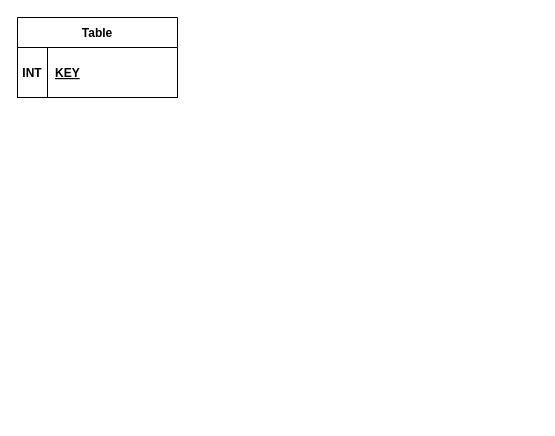
Before: Untitled Diagram.drawio in KavenArango/Disaster_pets_backend, a draw.io diagram. Source tidied: cells renumbered, new cells numbered last; positions are measured from the earlier drawing's top-left corner, leaving out a move shared by most shapes. Both pictures are drawn from the tidied source at 100%, with x=0, y=0 at pixel (17, 17).
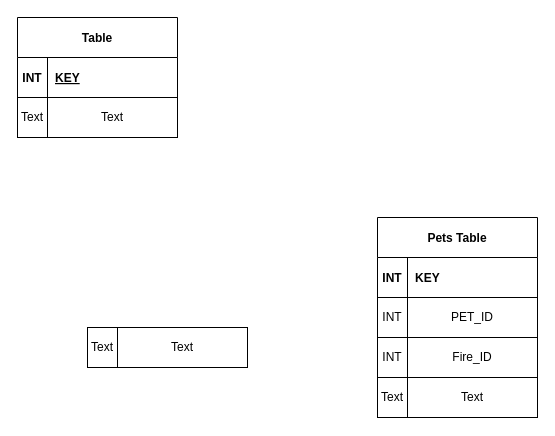
The same diagram, later.

Commit message:
Pet Table being made

Diff of the diagram source:
```diff
@@
-    <mxCell id="2" value="Table" style="shape=table;startSize=30;childLayout=tableLayout;rowLines=0;fontStyle=1;align=center;" parent="1" vertex="1">
+    <mxCell id="2" value="Table" style="shape=table;startSize=40;childLayout=tableLayout;rowLines=0;fontStyle=1;align=center;" parent="1" vertex="1">
       <mxGeometry width="160" height="80" as="geometry" />
     </mxCell>
     <mxCell id="3" style="shape=partialRectangle;fillColor=none;top=0;left=0;bottom=1;right=0;" parent="2" vertex="1">
-      <mxGeometry y="30" width="160" height="50" as="geometry" />
+      <mxGeometry y="40" width="160" height="40" as="geometry" />
     </mxCell>
     <mxCell id="4" value="INT" style="shape=partialRectangle;fillColor=none;top=0;left=0;bottom=0;right=0;fontStyle=1;overflow=hidden;" parent="3" vertex="1">
-      <mxGeometry width="30" height="50" as="geometry" />
+      <mxGeometry width="30" height="40" as="geometry" />
     </mxCell>
     <mxCell id="5" value="KEY" style="shape=partialRectangle;fillColor=none;top=0;left=0;bottom=0;right=0;align=left;spacingLeft=6;fontStyle=5;overflow=hidden;" parent="3" vertex="1">
-      <mxGeometry x="30" width="130" height="50" as="geometry" />
+      <mxGeometry x="30" width="130" height="40" as="geometry" />
     </mxCell>
+    <mxCell id="6" style="group;" parent="1" vertex="1">
+      <mxGeometry y="80" width="160" height="40" as="geometry" />
+    </mxCell>
+    <mxCell id="7" style="rounded=0;whiteSpace=wrap;html=1;" parent="6" vertex="1">
+      <mxGeometry width="160" height="40" as="geometry" />
+    </mxCell>
+    <mxCell id="8" style="endArrow=none;html=1;" parent="6" edge="1">
+      <mxGeometry relative="1" as="geometry">
+        <mxPoint x="30" y="40" as="sourcePoint" />
+        <mxPoint x="30" as="targetPoint" />
+      </mxGeometry>
+    </mxCell>
+    <mxCell id="9" value="Text" style="text;html=1;strokeColor=none;fillColor=none;align=center;verticalAlign=middle;whiteSpace=wrap;rounded=0;" parent="6" vertex="1">
+      <mxGeometry width="30" height="40" as="geometry" />
+    </mxCell>
+    <mxCell id="10" value="Text" style="text;html=1;strokeColor=none;fillColor=none;align=center;verticalAlign=middle;whiteSpace=wrap;rounded=0;" parent="6" vertex="1">
+      <mxGeometry x="30" width="130" height="40" as="geometry" />
+    </mxCell>
+    <mxCell id="11" style="group;" parent="1" vertex="1">
+      <mxGeometry x="360" y="280" width="160" height="40" as="geometry" />
+    </mxCell>
+    <mxCell id="12" style="rounded=0;whiteSpace=wrap;html=1;" parent="11" vertex="1">
+      <mxGeometry width="160" height="40" as="geometry" />
+    </mxCell>
+    <mxCell id="13" style="endArrow=none;html=1;" parent="11" edge="1">
+      <mxGeometry relative="1" as="geometry">
+        <mxPoint x="30" y="40" as="sourcePoint" />
+        <mxPoint x="30" as="targetPoint" />
+      </mxGeometry>
+    </mxCell>
+    <mxCell id="14" value="INT" style="text;html=1;strokeColor=none;fillColor=none;align=center;verticalAlign=middle;whiteSpace=wrap;rounded=0;" parent="11" vertex="1">
+      <mxGeometry width="30" height="40" as="geometry" />
+    </mxCell>
+    <mxCell id="15" value="PET_ID" style="text;html=1;strokeColor=none;fillColor=none;align=center;verticalAlign=middle;whiteSpace=wrap;rounded=0;" parent="11" vertex="1">
+      <mxGeometry x="30" width="130" height="40" as="geometry" />
+    </mxCell>
+    <mxCell id="16" value="Pets Table" style="shape=table;startSize=40;childLayout=tableLayout;rowLines=0;fontStyle=1;align=center;" parent="1" vertex="1">
+      <mxGeometry x="360" y="200" width="160" height="80" as="geometry" />
+    </mxCell>
+    <mxCell id="17" style="shape=partialRectangle;fillColor=none;top=0;left=0;bottom=1;right=0;" parent="16" vertex="1">
+      <mxGeometry y="40" width="160" height="40" as="geometry" />
+    </mxCell>
+    <mxCell id="18" value="INT" style="shape=partialRectangle;fillColor=none;top=0;left=0;bottom=0;right=0;fontStyle=1;overflow=hidden;" parent="17" vertex="1">
+      <mxGeometry width="30" height="40" as="geometry" />
+    </mxCell>
+    <mxCell id="19" value="KEY" style="shape=partialRectangle;fillColor=none;top=0;left=0;bottom=0;right=0;align=left;spacingLeft=6;fontStyle=1;overflow=hidden;" parent="17" vertex="1">
+      <mxGeometry x="30" width="130" height="40" as="geometry" />
+    </mxCell>
+    <mxCell id="20" style="group;" parent="1" vertex="1">
+      <mxGeometry x="360" y="360" width="160" height="40" as="geometry" />
+    </mxCell>
+    <mxCell id="21" style="rounded=0;whiteSpace=wrap;html=1;" parent="20" vertex="1">
+      <mxGeometry width="160" height="40" as="geometry" />
+    </mxCell>
+    <mxCell id="22" style="endArrow=none;html=1;" parent="20" edge="1">
+      <mxGeometry relative="1" as="geometry">
+        <mxPoint x="30" y="40" as="sourcePoint" />
+        <mxPoint x="30" as="targetPoint" />
+      </mxGeometry>
+    </mxCell>
+    <mxCell id="23" value="Text" style="text;html=1;strokeColor=none;fillColor=none;align=center;verticalAlign=middle;whiteSpace=wrap;rounded=0;" parent="20" vertex="1">
+      <mxGeometry width="30" height="40" as="geometry" />
+    </mxCell>
+    <mxCell id="24" value="Text" style="text;html=1;strokeColor=none;fillColor=none;align=center;verticalAlign=middle;whiteSpace=wrap;rounded=0;" parent="20" vertex="1">
+      <mxGeometry x="30" width="130" height="40" as="geometry" />
+    </mxCell>
+    <mxCell id="25" style="group;" parent="20" vertex="1">
+      <mxGeometry y="-40" width="160" height="40" as="geometry" />
+    </mxCell>
+    <mxCell id="26" style="rounded=0;whiteSpace=wrap;html=1;" parent="25" vertex="1">
+      <mxGeometry width="160" height="40" as="geometry" />
+    </mxCell>
+    <mxCell id="27" style="endArrow=none;html=1;" parent="25" edge="1">
+      <mxGeometry relative="1" as="geometry">
+        <mxPoint x="30" y="40" as="sourcePoint" />
+        <mxPoint x="30" as="targetPoint" />
+      </mxGeometry>
+    </mxCell>
+    <mxCell id="28" value="INT" style="text;html=1;strokeColor=none;fillColor=none;align=center;verticalAlign=middle;whiteSpace=wrap;rounded=0;" parent="25" vertex="1">
+      <mxGeometry width="30" height="40" as="geometry" />
+    </mxCell>
+    <mxCell id="29" value="Fire_ID" style="text;html=1;strokeColor=none;fillColor=none;align=center;verticalAlign=middle;whiteSpace=wrap;rounded=0;" parent="25" vertex="1">
+      <mxGeometry x="30" width="130" height="40" as="geometry" />
+    </mxCell>
+    <mxCell id="30" style="group;" parent="1" vertex="1">
+      <mxGeometry x="70" y="310" width="160" height="40" as="geometry" />
+    </mxCell>
+    <mxCell id="31" style="rounded=0;whiteSpace=wrap;html=1;" parent="30" vertex="1">
+      <mxGeometry width="160" height="40" as="geometry" />
+    </mxCell>
+    <mxCell id="32" style="endArrow=none;html=1;" parent="30" edge="1">
+      <mxGeometry relative="1" as="geometry">
+        <mxPoint x="30" y="40" as="sourcePoint" />
+        <mxPoint x="30" as="targetPoint" />
+      </mxGeometry>
+    </mxCell>
+    <mxCell id="33" value="Text" style="text;html=1;strokeColor=none;fillColor=none;align=center;verticalAlign=middle;whiteSpace=wrap;rounded=0;" parent="30" vertex="1">
+      <mxGeometry width="30" height="40" as="geometry" />
+    </mxCell>
+    <mxCell id="34" value="Text" style="text;html=1;strokeColor=none;fillColor=none;align=center;verticalAlign=middle;whiteSpace=wrap;rounded=0;" parent="30" vertex="1">
+      <mxGeometry x="30" width="130" height="40" as="geometry" />
+    </mxCell>
```
